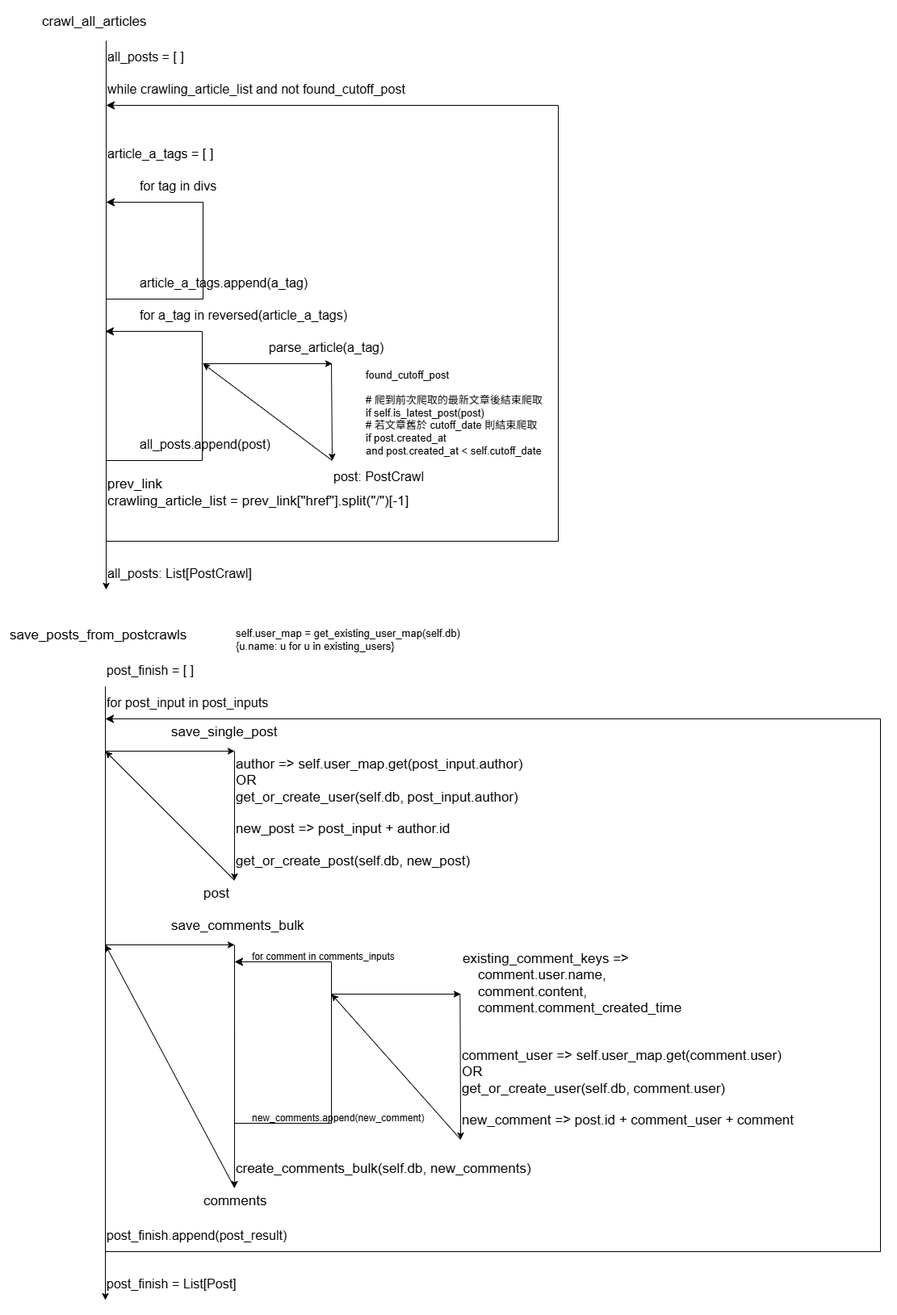
This is docs/drawio-pic/ptt-crawl.png from Pin-Ying/celinelu-basic-training, a draw.io export, as it was before one commit. Source tidied: cells renumbered, new cells last; positions are measured from the earlier drawing's top-left corner, leaving out a move shared by most shapes.
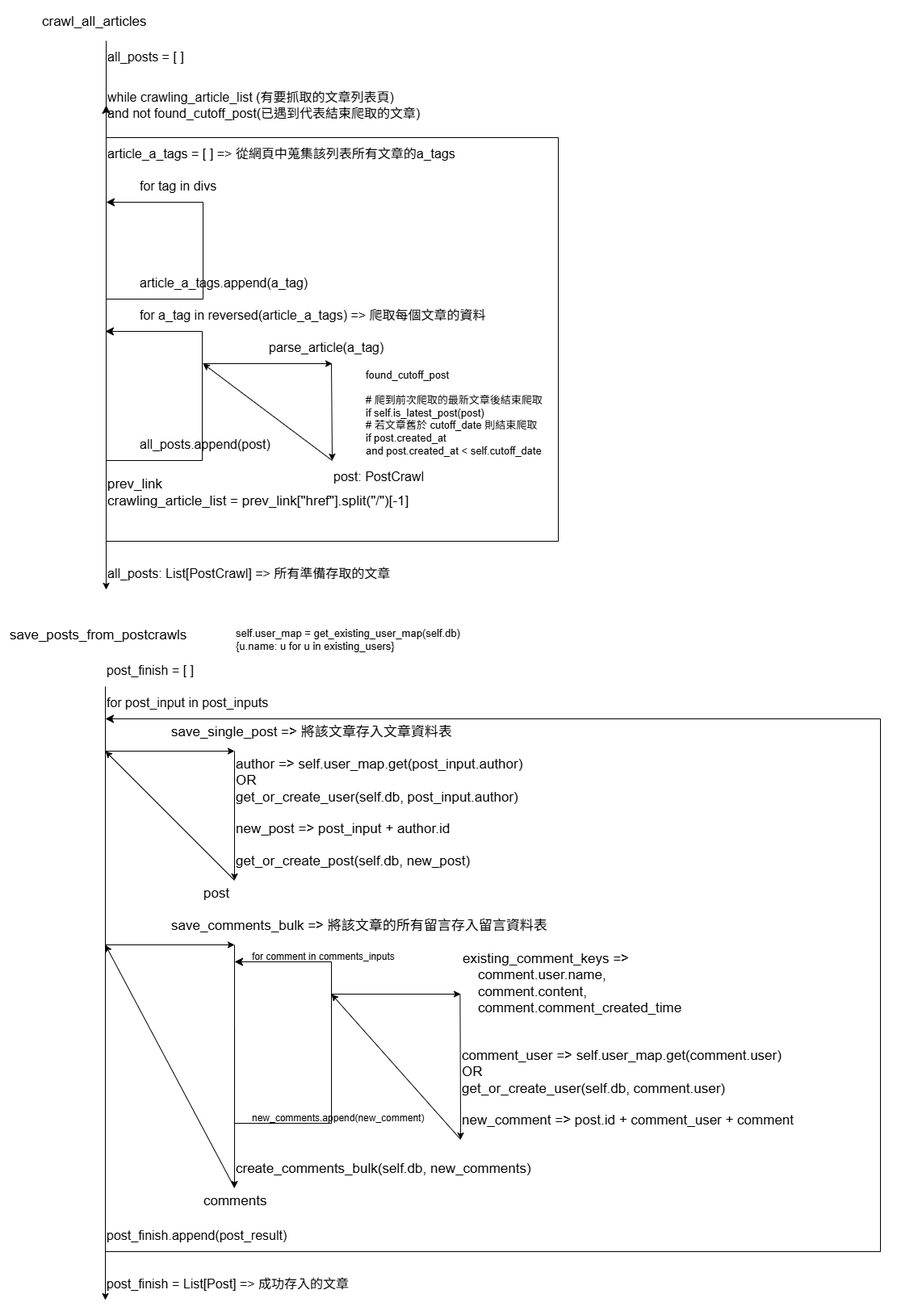
The same diagram one commit later.

Change to the diagram source:
```diff
@@ -8,20 +8,20 @@
     <mxCell id="3" value="for tag in divs" style="text;strokeColor=none;align=left;fillColor=none;html=1;verticalAlign=middle;whiteSpace=wrap;rounded=0;fontSize=16;" parent="1" vertex="1">
       <mxGeometry x="161" y="200" width="120" height="40" as="geometry" />
     </mxCell>
-    <mxCell id="4" value="for a_tag in reversed(article_a_tags)" style="text;strokeColor=none;align=left;fillColor=none;html=1;verticalAlign=middle;whiteSpace=wrap;rounded=0;fontSize=16;" parent="1" vertex="1">
-      <mxGeometry x="161" y="360" width="280" height="40" as="geometry" />
+    <mxCell id="4" value="for a_tag in reversed(article_a_tags) =&amp;gt; 爬取每個文章的資料" style="text;strokeColor=none;align=left;fillColor=none;html=1;verticalAlign=middle;whiteSpace=wrap;rounded=0;fontSize=16;" parent="1" vertex="1">
+      <mxGeometry x="161" y="360" width="479" height="40" as="geometry" />
     </mxCell>
     <mxCell id="5" value="parse_article(a_tag)" style="text;strokeColor=none;align=left;fillColor=none;html=1;verticalAlign=middle;whiteSpace=wrap;rounded=0;fontSize=16;" parent="1" vertex="1">
       <mxGeometry x="321" y="400" width="160" height="40" as="geometry" />
     </mxCell>
-    <mxCell id="6" value="all_posts:&amp;nbsp;List[PostCrawl]" style="text;strokeColor=none;align=left;fillColor=none;html=1;verticalAlign=middle;whiteSpace=wrap;rounded=0;fontSize=16;" parent="1" vertex="1">
-      <mxGeometry x="121" y="680" width="200" height="40" as="geometry" />
+    <mxCell id="6" value="all_posts:&amp;nbsp;List[PostCrawl] =&amp;gt; 所有準備存取的文章" style="text;strokeColor=none;align=left;fillColor=none;html=1;verticalAlign=middle;whiteSpace=wrap;rounded=0;fontSize=16;" parent="1" vertex="1">
+      <mxGeometry x="121" y="680" width="399" height="40" as="geometry" />
     </mxCell>
     <mxCell id="7" value="all_posts = [ ]" style="text;strokeColor=none;align=left;fillColor=none;html=1;verticalAlign=middle;whiteSpace=wrap;rounded=0;fontSize=16;" parent="1" vertex="1">
       <mxGeometry x="121" y="40" width="160" height="40" as="geometry" />
     </mxCell>
-    <mxCell id="8" value="while crawling_article_list and not found_cutoff_post" style="text;strokeColor=none;align=left;fillColor=none;html=1;verticalAlign=middle;whiteSpace=wrap;rounded=0;fontSize=16;" parent="1" vertex="1">
-      <mxGeometry x="121" y="80" width="400" height="40" as="geometry" />
+    <mxCell id="8" value="while crawling_article_list (有要抓取的文章列表頁)&amp;nbsp;&lt;div&gt;and not found_cutoff_post(已遇到代表結束爬取的文章)&lt;/div&gt;" style="text;strokeColor=none;align=left;fillColor=none;html=1;verticalAlign=middle;whiteSpace=wrap;rounded=0;fontSize=16;" parent="1" vertex="1">
+      <mxGeometry x="121" y="100" width="439" height="40" as="geometry" />
     </mxCell>
     <mxCell id="9" style="edgeStyle=segmentEdgeStyle;endArrow=classic;html=1;curved=0;rounded=0;endSize=8;startSize=8;sourcePerimeterSpacing=0;targetPerimeterSpacing=0;" parent="1" edge="1">
       <mxGeometry relative="1" as="geometry">
@@ -29,7 +29,8 @@
         <mxPoint x="121" y="120" as="targetPoint" />
         <Array as="points">
           <mxPoint x="681" y="660" />
-          <mxPoint x="681" y="120" />
+          <mxPoint x="681" y="160" />
+          <mxPoint x="121" y="160" />
         </Array>
       </mxGeometry>
     </mxCell>
@@ -66,11 +67,11 @@
     <mxCell id="16" value="self.user_map = get_existing_user_map(self.db)&#10;{u.name: u for u in existing_users}" style="text;whiteSpace=wrap;fontSize=13;" parent="1" vertex="1">
       <mxGeometry x="280" y="760" width="320" height="40" as="geometry" />
     </mxCell>
-    <mxCell id="17" value="save_single_post" style="text;whiteSpace=wrap;fontSize=17;" parent="1" vertex="1">
-      <mxGeometry x="200" y="880" width="160" height="40" as="geometry" />
+    <mxCell id="17" value="save_single_post =&gt; 將該文章存入文章資料表" style="text;whiteSpace=wrap;fontSize=17;" parent="1" vertex="1">
+      <mxGeometry x="200" y="880" width="400" height="40" as="geometry" />
     </mxCell>
-    <mxCell id="18" value="save_comments_bulk" style="text;whiteSpace=wrap;fontSize=17;" parent="1" vertex="1">
-      <mxGeometry x="200" y="1120" width="200" height="40" as="geometry" />
+    <mxCell id="18" value="save_comments_bulk =&gt; 將該文章的所有留言存入留言資料表" style="text;whiteSpace=wrap;fontSize=17;" parent="1" vertex="1">
+      <mxGeometry x="200" y="1120" width="520" height="40" as="geometry" />
     </mxCell>
     <mxCell id="19" value="save_posts_from_postcrawls" style="text;whiteSpace=wrap;fontSize=17;" parent="1" vertex="1">
       <mxGeometry y="760" width="240" height="40" as="geometry" />
@@ -186,8 +187,8 @@
     <mxCell id="41" value="article_a_tags.append(a_tag)" style="text;strokeColor=none;align=left;fillColor=none;html=1;verticalAlign=middle;whiteSpace=wrap;rounded=0;fontSize=16;" parent="1" vertex="1">
       <mxGeometry x="161" y="320" width="220" height="40" as="geometry" />
     </mxCell>
-    <mxCell id="42" value="article_a_tags = [ ]" style="text;strokeColor=none;align=left;fillColor=none;html=1;verticalAlign=middle;whiteSpace=wrap;rounded=0;fontSize=16;" parent="1" vertex="1">
-      <mxGeometry x="121" y="160" width="220" height="40" as="geometry" />
+    <mxCell id="42" value="article_a_tags = [ ] =&amp;gt; 從網頁中蒐集該列表所有文章的a_tags" style="text;strokeColor=none;align=left;fillColor=none;html=1;verticalAlign=middle;whiteSpace=wrap;rounded=0;fontSize=16;" parent="1" vertex="1">
+      <mxGeometry x="121" y="160" width="439" height="40" as="geometry" />
     </mxCell>
     <mxCell id="43" value="get_or_create_post(self.db, new_post)" style="text;whiteSpace=wrap;fontSize=17;" parent="1" vertex="1">
       <mxGeometry x="280" y="1040" width="270" height="40" as="geometry" />
@@ -222,8 +223,8 @@
     <mxCell id="51" value="post_finish.append(post_result)" style="text;strokeColor=none;align=left;fillColor=none;html=1;verticalAlign=middle;whiteSpace=wrap;rounded=0;fontSize=16;" parent="1" vertex="1">
       <mxGeometry x="120" y="1500" width="240" height="40" as="geometry" />
     </mxCell>
-    <mxCell id="52" value="post_finish = List[Post]" style="text;strokeColor=none;align=left;fillColor=none;html=1;verticalAlign=middle;whiteSpace=wrap;rounded=0;fontSize=16;" parent="1" vertex="1">
-      <mxGeometry x="120" y="1560" width="200" height="40" as="geometry" />
+    <mxCell id="52" value="post_finish = List[Post] =&amp;gt; 成功存入的文章" style="text;strokeColor=none;align=left;fillColor=none;html=1;verticalAlign=middle;whiteSpace=wrap;rounded=0;fontSize=16;" parent="1" vertex="1">
+      <mxGeometry x="120" y="1560" width="360" height="40" as="geometry" />
     </mxCell>
   </root>
 </mxGraphModel>
```
